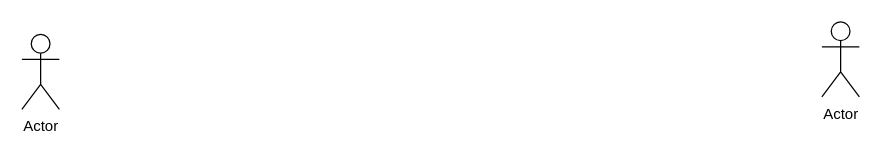
Above: diagrams.drawio in YahiaAshraf-CS/Just_For_You-project (draw.io), before the change. Source tidied: cells renumbered, new cells numbered last; positions are measured from the earlier drawing's top-left corner, leaving out a move shared by most shapes. Both pictures are drawn from the tidied source at 125%, with x=0, y=0 at pixel (21, 21).
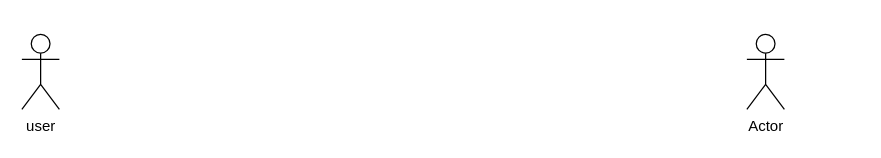
After the change.

The edit, as a diff of the source:
```diff
@@
 <mxGraphModel>
   <root>
     <mxCell id="0" />
     <mxCell id="1" parent="0" />
-    <mxCell id="2" value="Actor" style="shape=umlActor;verticalLabelPosition=bottom;verticalAlign=top;html=1;" parent="1" vertex="1">
+    <mxCell id="2" value="user" style="shape=umlActor;verticalLabelPosition=bottom;verticalAlign=top;html=1;" parent="1" vertex="1">
       <mxGeometry y="10" width="30" height="60" as="geometry" />
     </mxCell>
     <mxCell id="3" value="Actor" style="shape=umlActor;verticalLabelPosition=bottom;verticalAlign=top;html=1;" parent="1" vertex="1">
-      <mxGeometry x="640" width="30" height="60" as="geometry" />
+      <mxGeometry x="580" y="10" width="30" height="60" as="geometry" />
     </mxCell>
   </root>
 </mxGraphModel>
```
